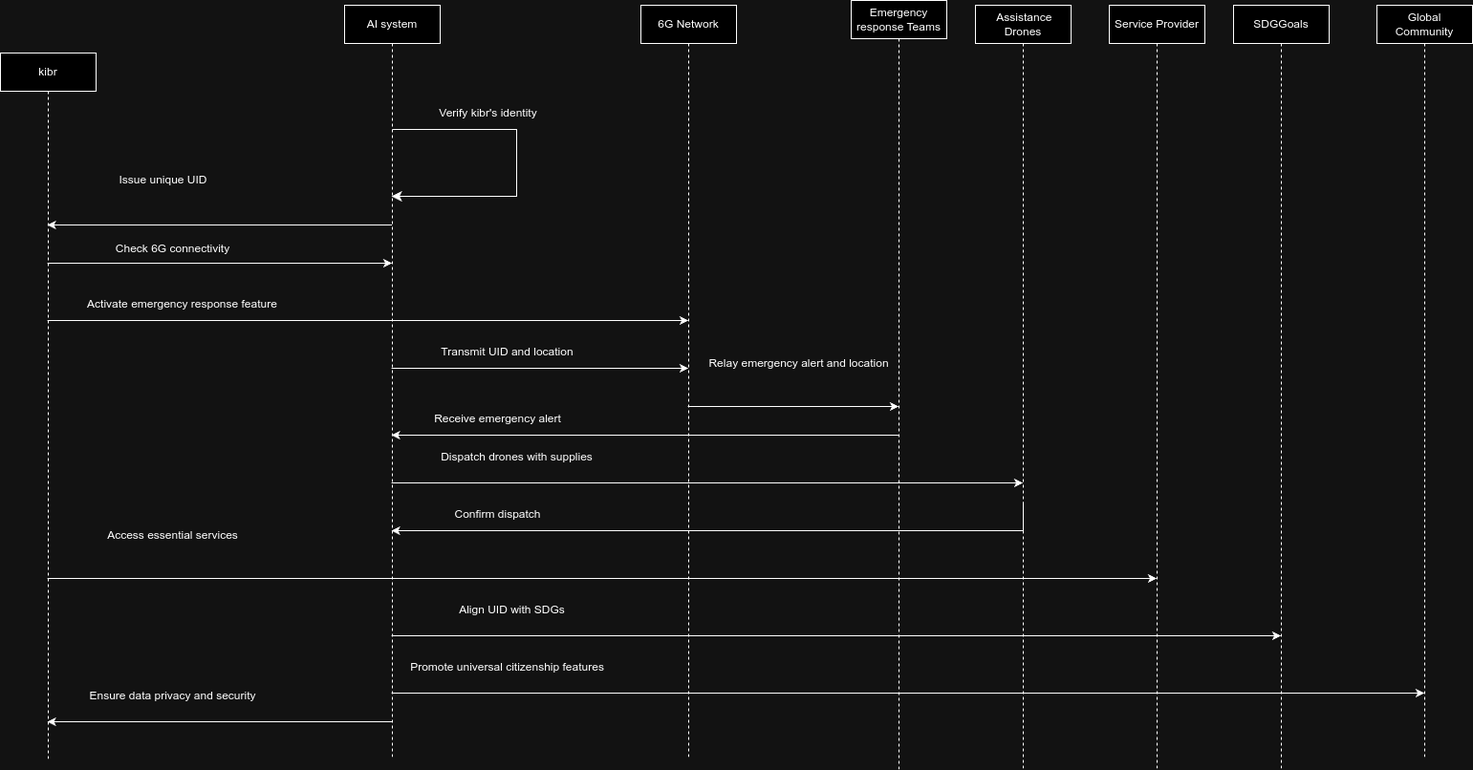
kbsha/neo4j_with_colab keeps this draw.io diagram as AI-Based Universal ID System for Global Response and Services with 6G Network-Page-2.drawio.png. Above is the earlier version. Source tidied: cells renumbered, new cells last; positions are measured from the earlier drawing's top-left corner, leaving out a move shared by most shapes. Its diagram source:
```xml
<mxGraphModel>
  <root>
    <mxCell id="0" />
    <mxCell id="1" parent="0" />
    <mxCell id="2" style="edgeStyle=orthogonalEdgeStyle;rounded=0;jettySize=auto;html=1;curved=0;" parent="1" edge="1" source="4" target="11">
      <mxGeometry relative="1" as="geometry">
        <Array as="points">
          <mxPoint x="310" y="275" />
          <mxPoint x="310" y="275" />
        </Array>
      </mxGeometry>
    </mxCell>
    <mxCell id="3" style="edgeStyle=orthogonalEdgeStyle;rounded=0;jettySize=auto;html=1;curved=0;" parent="1" edge="1" source="4" target="18">
      <mxGeometry relative="1" as="geometry">
        <Array as="points">
          <mxPoint x="740" y="605" />
          <mxPoint x="740" y="605" />
        </Array>
      </mxGeometry>
    </mxCell>
    <mxCell id="4" value="kibr" style="shape=umlLifeline;perimeter=lifelinePerimeter;whiteSpace=wrap;html=1;outlineConnect=0;portConstraint=eastwest;newEdgeStyle={&quot;curved&quot;:0,&quot;rounded&quot;:0};" parent="1" vertex="1">
      <mxGeometry y="55" width="100" height="740" as="geometry" />
    </mxCell>
    <mxCell id="5" style="edgeStyle=orthogonalEdgeStyle;rounded=0;jettySize=auto;html=1;curved=0;" parent="1" edge="1" source="11" target="4">
      <mxGeometry relative="1" as="geometry">
        <Array as="points">
          <mxPoint x="130" y="235" />
          <mxPoint x="130" y="235" />
        </Array>
      </mxGeometry>
    </mxCell>
    <mxCell id="6" style="edgeStyle=orthogonalEdgeStyle;rounded=0;jettySize=auto;html=1;curved=0;" parent="1" edge="1" source="11" target="13">
      <mxGeometry relative="1" as="geometry">
        <Array as="points">
          <mxPoint x="630" y="385" />
          <mxPoint x="630" y="385" />
        </Array>
      </mxGeometry>
    </mxCell>
    <mxCell id="7" style="edgeStyle=orthogonalEdgeStyle;rounded=0;jettySize=auto;html=1;curved=0;" parent="1" edge="1" source="11" target="16">
      <mxGeometry relative="1" as="geometry">
        <Array as="points">
          <mxPoint x="770" y="505" />
          <mxPoint x="770" y="505" />
        </Array>
      </mxGeometry>
    </mxCell>
    <mxCell id="8" style="edgeStyle=orthogonalEdgeStyle;rounded=0;jettySize=auto;html=1;curved=0;" parent="1" edge="1" source="11" target="19">
      <mxGeometry relative="1" as="geometry">
        <Array as="points">
          <mxPoint x="770" y="665" />
          <mxPoint x="770" y="665" />
        </Array>
      </mxGeometry>
    </mxCell>
    <mxCell id="9" style="edgeStyle=orthogonalEdgeStyle;rounded=0;jettySize=auto;html=1;curved=0;" parent="1" edge="1" source="11" target="20">
      <mxGeometry relative="1" as="geometry">
        <Array as="points">
          <mxPoint x="790" y="725" />
          <mxPoint x="790" y="725" />
        </Array>
      </mxGeometry>
    </mxCell>
    <mxCell id="10" style="edgeStyle=orthogonalEdgeStyle;rounded=0;jettySize=auto;html=1;curved=0;" parent="1" edge="1" source="11" target="4">
      <mxGeometry relative="1" as="geometry">
        <Array as="points">
          <mxPoint x="150" y="755" />
          <mxPoint x="150" y="755" />
        </Array>
      </mxGeometry>
    </mxCell>
    <mxCell id="11" value="AI system" style="shape=umlLifeline;perimeter=lifelinePerimeter;whiteSpace=wrap;html=1;outlineConnect=0;portConstraint=eastwest;newEdgeStyle={&quot;curved&quot;:0,&quot;rounded&quot;:0};" parent="1" vertex="1">
      <mxGeometry x="360" y="5" width="100" height="790" as="geometry" />
    </mxCell>
    <mxCell id="12" style="edgeStyle=orthogonalEdgeStyle;rounded=0;jettySize=auto;html=1;curved=0;" parent="1" edge="1" source="13" target="15">
      <mxGeometry relative="1" as="geometry">
        <Array as="points">
          <mxPoint x="850" y="425" />
          <mxPoint x="850" y="425" />
        </Array>
      </mxGeometry>
    </mxCell>
    <mxCell id="13" value="6G Network" style="shape=umlLifeline;perimeter=lifelinePerimeter;whiteSpace=wrap;html=1;outlineConnect=0;portConstraint=eastwest;newEdgeStyle={&quot;curved&quot;:0,&quot;rounded&quot;:0};" parent="1" vertex="1">
      <mxGeometry x="670" y="5" width="100" height="790" as="geometry" />
    </mxCell>
    <mxCell id="14" style="edgeStyle=orthogonalEdgeStyle;rounded=0;jettySize=auto;html=1;curved=0;" parent="1" edge="1" source="15" target="11">
      <mxGeometry relative="1" as="geometry">
        <Array as="points">
          <mxPoint x="490" y="455" />
          <mxPoint x="490" y="455" />
        </Array>
      </mxGeometry>
    </mxCell>
    <mxCell id="15" value="Emergency response Teams" style="shape=umlLifeline;perimeter=lifelinePerimeter;whiteSpace=wrap;html=1;outlineConnect=0;portConstraint=eastwest;newEdgeStyle={&quot;curved&quot;:0,&quot;rounded&quot;:0};" parent="1" vertex="1">
      <mxGeometry x="890" width="100" height="805" as="geometry" />
    </mxCell>
    <mxCell id="16" value="&amp;nbsp;Assistance Drones" style="shape=umlLifeline;perimeter=lifelinePerimeter;whiteSpace=wrap;html=1;outlineConnect=0;portConstraint=eastwest;newEdgeStyle={&quot;curved&quot;:0,&quot;rounded&quot;:0};" parent="1" vertex="1">
      <mxGeometry x="1020" y="5" width="100" height="800" as="geometry" />
    </mxCell>
    <mxCell id="17" style="edgeStyle=orthogonalEdgeStyle;rounded=0;jettySize=auto;html=1;curved=0;" parent="1" edge="1" target="11">
      <mxGeometry relative="1" as="geometry">
        <mxPoint x="1070" y="525" as="sourcePoint" />
        <Array as="points">
          <mxPoint x="1070" y="555" />
        </Array>
      </mxGeometry>
    </mxCell>
    <mxCell id="18" value="Service Provider" style="shape=umlLifeline;perimeter=lifelinePerimeter;whiteSpace=wrap;html=1;outlineConnect=0;portConstraint=eastwest;newEdgeStyle={&quot;curved&quot;:0,&quot;rounded&quot;:0};" parent="1" vertex="1">
      <mxGeometry x="1160" y="5" width="100" height="800" as="geometry" />
    </mxCell>
    <mxCell id="19" value="SDGGoals" style="shape=umlLifeline;perimeter=lifelinePerimeter;whiteSpace=wrap;html=1;outlineConnect=0;portConstraint=eastwest;newEdgeStyle={&quot;curved&quot;:0,&quot;rounded&quot;:0};" parent="1" vertex="1">
      <mxGeometry x="1290" y="5" width="100" height="800" as="geometry" />
    </mxCell>
    <mxCell id="20" value="Global Community" style="shape=umlLifeline;perimeter=lifelinePerimeter;whiteSpace=wrap;html=1;outlineConnect=0;portConstraint=eastwest;newEdgeStyle={&quot;curved&quot;:0,&quot;rounded&quot;:0};" parent="1" vertex="1">
      <mxGeometry x="1440" y="5" width="100" height="790" as="geometry" />
    </mxCell>
    <mxCell id="21" style="edgeStyle=orthogonalEdgeStyle;rounded=0;jettySize=auto;html=1;curved=0;" parent="1" edge="1" source="4" target="13">
      <mxGeometry relative="1" as="geometry">
        <Array as="points">
          <mxPoint x="270" y="335" />
          <mxPoint x="270" y="335" />
        </Array>
      </mxGeometry>
    </mxCell>
    <mxCell id="22" style="edgeStyle=orthogonalEdgeStyle;rounded=0;orthogonalLoop=1;jettySize=auto;html=1;curved=0;verticalAlign=bottom;" parent="1" edge="1" source="11" target="11">
      <mxGeometry relative="1" as="geometry">
        <Array as="points">
          <mxPoint x="450" y="215" />
          <mxPoint x="450" y="465" />
        </Array>
      </mxGeometry>
    </mxCell>
    <mxCell id="23" style="edgeStyle=segmentEdgeStyle;endArrow=classic;html=1;curved=0;rounded=0;endSize=8;startSize=8;" parent="1" edge="1" target="11">
      <mxGeometry relative="1" as="geometry">
        <mxPoint x="410" y="135" as="sourcePoint" />
        <Array as="points">
          <mxPoint x="540" y="135" />
          <mxPoint x="540" y="205" />
        </Array>
      </mxGeometry>
    </mxCell>
    <mxCell id="24" value="Issue unique UID" style="text;html=1;align=center;verticalAlign=middle;strokeColor=none;fillColor=none;" parent="1" vertex="1">
      <mxGeometry x="110" y="173" width="120" height="30" as="geometry" />
    </mxCell>
    <mxCell id="25" value="Verify kibr's identity" style="text;html=1;align=center;verticalAlign=middle;strokeColor=none;fillColor=none;" parent="1" vertex="1">
      <mxGeometry x="445" y="103" width="130" height="30" as="geometry" />
    </mxCell>
    <mxCell id="26" value="Check 6G connectivity" style="text;html=1;align=center;verticalAlign=middle;strokeColor=none;fillColor=none;" parent="1" vertex="1">
      <mxGeometry x="110" y="245" width="140" height="30" as="geometry" />
    </mxCell>
    <mxCell id="27" value="Activate emergency response feature" style="text;html=1;align=center;verticalAlign=middle;strokeColor=none;fillColor=none;" parent="1" vertex="1">
      <mxGeometry x="80" y="303" width="220" height="30" as="geometry" />
    </mxCell>
    <mxCell id="28" value="Transmit UID and location" style="text;html=1;align=center;verticalAlign=middle;strokeColor=none;fillColor=none;" parent="1" vertex="1">
      <mxGeometry x="450" y="353" width="160" height="30" as="geometry" />
    </mxCell>
    <mxCell id="29" value="Relay emergency alert and location" style="text;html=1;align=center;verticalAlign=middle;strokeColor=none;fillColor=none;" parent="1" vertex="1">
      <mxGeometry x="730" y="365" width="210" height="30" as="geometry" />
    </mxCell>
    <mxCell id="30" value="Receive emergency alert" style="text;html=1;align=center;verticalAlign=middle;strokeColor=none;fillColor=none;" parent="1" vertex="1">
      <mxGeometry x="440" y="423" width="160" height="30" as="geometry" />
    </mxCell>
    <mxCell id="31" value="Dispatch drones with supplies" style="text;html=1;align=center;verticalAlign=middle;strokeColor=none;fillColor=none;" parent="1" vertex="1">
      <mxGeometry x="450" y="463" width="180" height="30" as="geometry" />
    </mxCell>
    <mxCell id="32" value="Confirm dispatch" style="text;html=1;align=center;verticalAlign=middle;strokeColor=none;fillColor=none;" parent="1" vertex="1">
      <mxGeometry x="465" y="523" width="110" height="30" as="geometry" />
    </mxCell>
    <mxCell id="33" value="Access essential services" style="text;html=1;align=center;verticalAlign=middle;strokeColor=none;fillColor=none;" parent="1" vertex="1">
      <mxGeometry x="100" y="545" width="160" height="30" as="geometry" />
    </mxCell>
    <mxCell id="34" value="Align UID with SDGs" style="text;html=1;align=center;verticalAlign=middle;strokeColor=none;fillColor=none;" parent="1" vertex="1">
      <mxGeometry x="470" y="623" width="130" height="30" as="geometry" />
    </mxCell>
    <mxCell id="35" value="Promote universal citizenship features" style="text;html=1;align=center;verticalAlign=middle;strokeColor=none;fillColor=none;" parent="1" vertex="1">
      <mxGeometry x="415" y="683" width="230" height="30" as="geometry" />
    </mxCell>
    <mxCell id="36" value="Ensure data privacy and security" style="text;html=1;align=center;verticalAlign=middle;strokeColor=none;fillColor=none;" parent="1" vertex="1">
      <mxGeometry x="80" y="713" width="200" height="30" as="geometry" />
    </mxCell>
  </root>
</mxGraphModel>
```
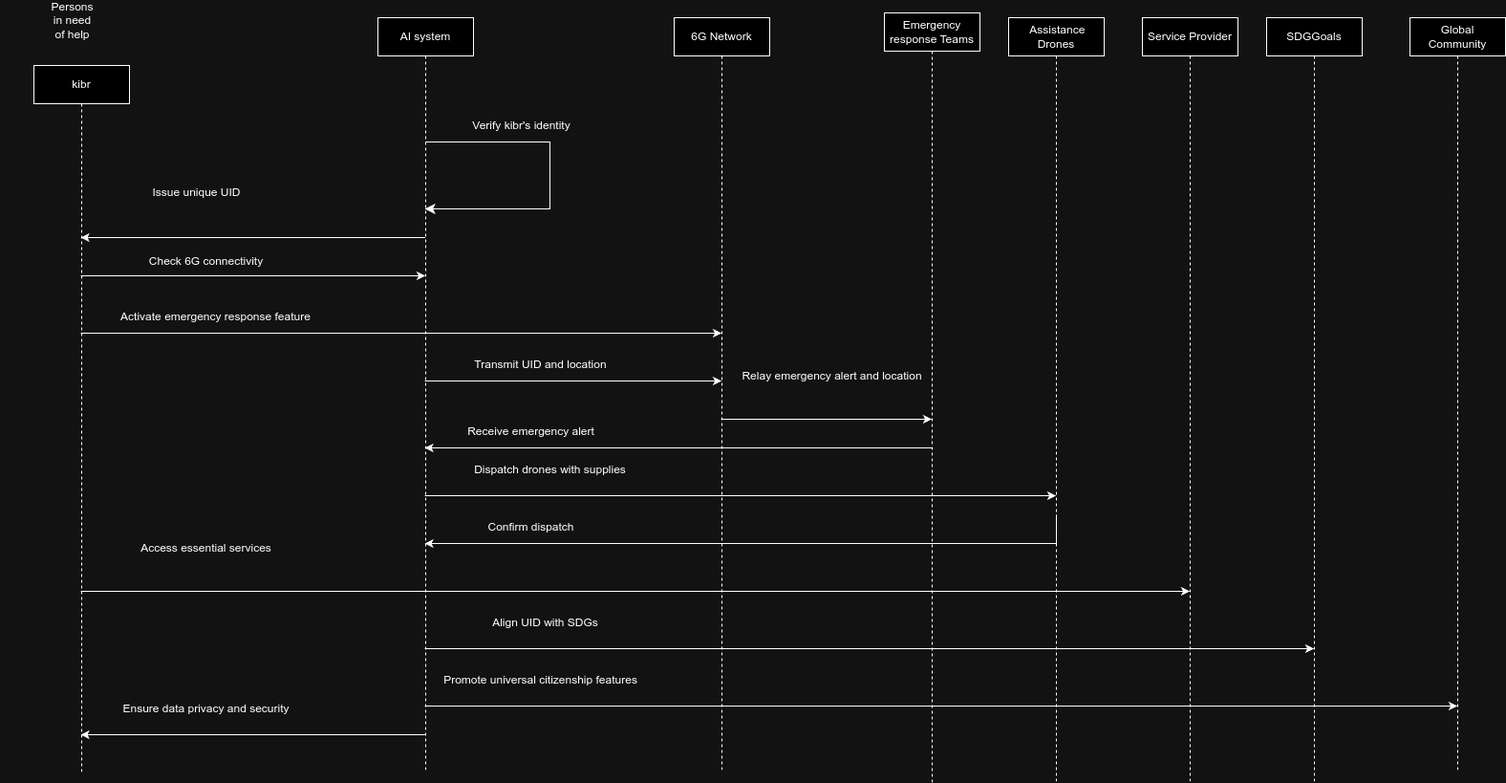
The same diagram one commit later.

Diff of the diagram source:
```diff
@@ -178,5 +178,8 @@
     <mxCell id="36" value="Ensure data privacy and security" style="text;html=1;align=center;verticalAlign=middle;strokeColor=none;fillColor=none;" parent="1" vertex="1">
       <mxGeometry x="80" y="713" width="200" height="30" as="geometry" />
     </mxCell>
+    <mxCell id="37" value="&lt;span style=&quot;text-wrap: wrap;&quot;&gt;Persons in need of help&lt;/span&gt;" style="text;html=1;align=center;verticalAlign=middle;strokeColor=none;fillColor=none;" parent="1" vertex="1">
+      <mxGeometry x="-35" y="-7" width="150" height="30" as="geometry" />
+    </mxCell>
   </root>
 </mxGraphModel>
```
